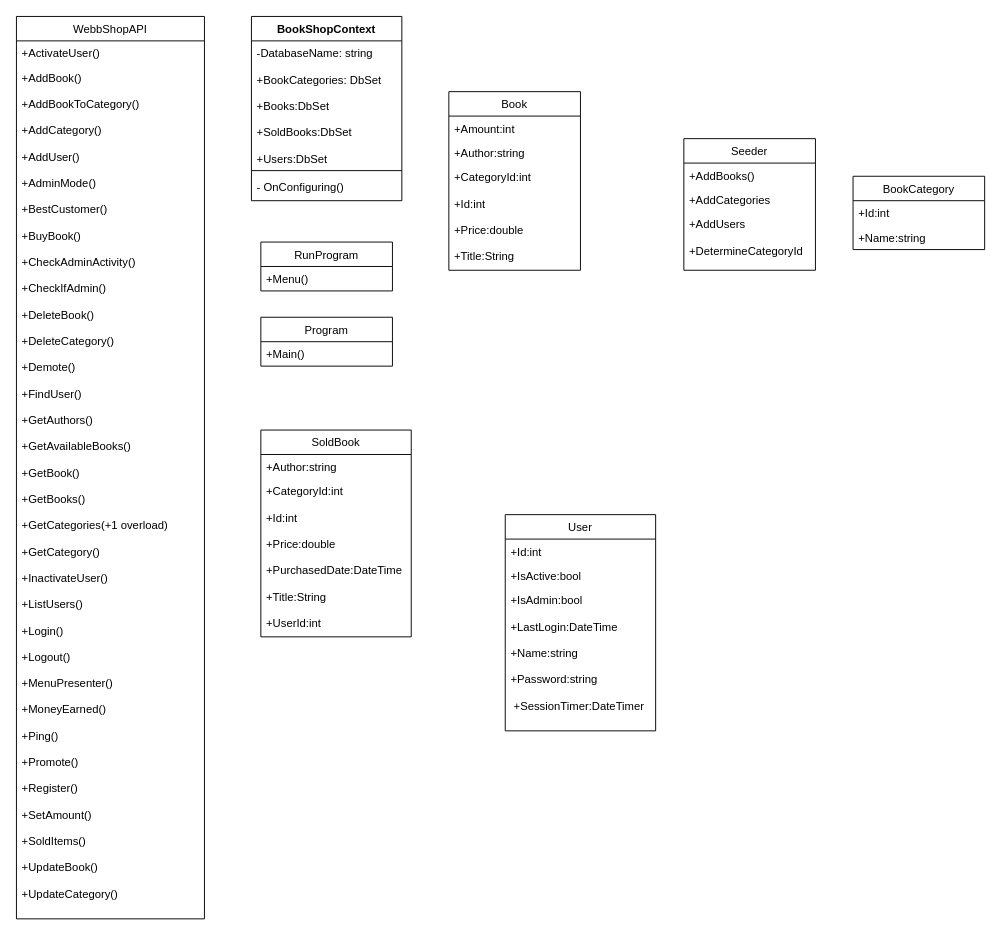
Earlier version of the draw.io diagram Untitled Diagram.drawio (ToveSeger/GitTest). Source tidied: cells renumbered, new cells numbered last; positions are measured from the earlier drawing's top-left corner, leaving out a move shared by most shapes. Both pictures are drawn from the tidied source at 94%, with x=0, y=0 at pixel (16, 16).
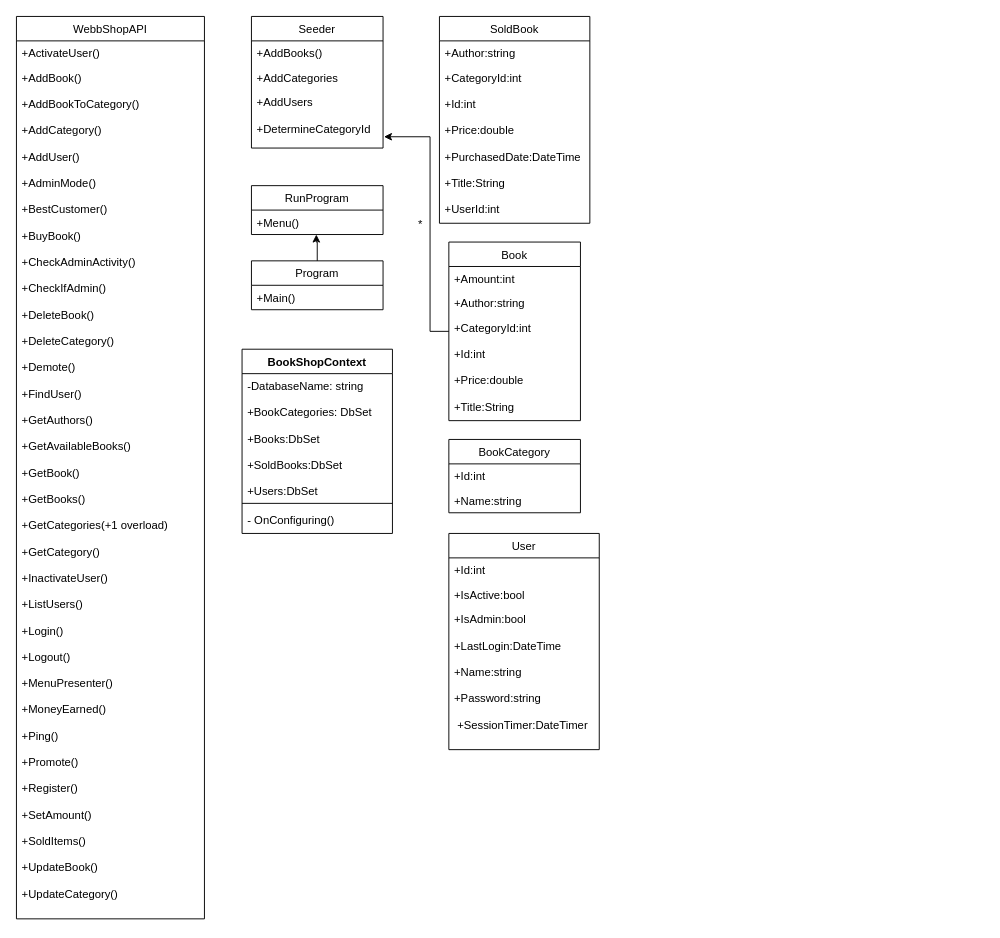
After the change.

The change refers to these unchanged cells:
```xml
<mxCell id="11" value="+Menu()" style="text;strokeColor=none;fillColor=none;align=left;verticalAlign=top;spacingLeft=4;spacingRight=4;overflow=hidden;points=[[0,0.5],[1,0.5]];portConstraint=eastwest;" parent="10" vertex="1">
  <mxGeometry y="26" width="140" height="26" as="geometry" />
</mxCell>
<mxCell id="28" value="+AddUsers&#10;&#10;+DetermineCategoryId" style="text;strokeColor=none;fillColor=none;align=left;verticalAlign=top;spacingLeft=4;spacingRight=4;overflow=hidden;points=[[0,0.5],[1,0.5]];portConstraint=eastwest;" parent="25" vertex="1">
  <mxGeometry y="78" width="140" height="62" as="geometry" />
</mxCell>
```

What changed in the source:
```diff
@@
     <mxCell id="6" value="BookShopContext" style="swimlane;fontStyle=1;align=center;verticalAlign=top;horizontal=1;startSize=26;" parent="1" vertex="1">
-      <mxGeometry x="250" width="160" height="196" as="geometry" />
+      <mxGeometry x="240" y="354" width="160" height="196" as="geometry" />
     </mxCell>
@@
     <mxCell id="10" value="RunProgram" style="swimlane;fontStyle=0;horizontal=1;startSize=26;fillColor=none;" parent="1" vertex="1">
-      <mxGeometry x="260" y="240" width="140" height="52" as="geometry" />
+      <mxGeometry x="250" y="180" width="140" height="52" as="geometry" />
     </mxCell>
@@
+    <mxCell id="32" style="edgeStyle=orthogonalEdgeStyle;rounded=0;jettySize=auto;html=1;entryX=0.493;entryY=1;entryDx=0;entryDy=0;entryPerimeter=0;" parent="1" edge="1" source="12" target="11">
+      <mxGeometry relative="1" as="geometry" />
+    </mxCell>
     <mxCell id="12" value="Program" style="swimlane;fontStyle=0;horizontal=1;startSize=26;fillColor=none;" parent="1" vertex="1">
-      <mxGeometry x="260" y="320" width="140" height="52" as="geometry" />
+      <mxGeometry x="250" y="260" width="140" height="52" as="geometry" />
     </mxCell>
@@
     <mxCell id="14" value="SoldBook" style="swimlane;fontStyle=0;horizontal=1;startSize=26;fillColor=none;" parent="1" vertex="1">
-      <mxGeometry x="260" y="440" width="160" height="220" as="geometry" />
+      <mxGeometry x="450" width="160" height="220" as="geometry" />
     </mxCell>
@@
+    <mxCell id="33" style="edgeStyle=orthogonalEdgeStyle;rounded=0;jettySize=auto;html=1;entryX=1.007;entryY=0.806;entryDx=0;entryDy=0;entryPerimeter=0;" parent="1" edge="1" source="17" target="28">
+      <mxGeometry relative="1" as="geometry">
+        <Array as="points">
+          <mxPoint x="440" y="335" />
+          <mxPoint x="440" y="128" />
+        </Array>
+      </mxGeometry>
+    </mxCell>
     <mxCell id="17" value="Book" style="swimlane;fontStyle=0;horizontal=1;startSize=26;fillColor=none;" parent="1" vertex="1">
-      <mxGeometry x="460" y="80" width="140" height="190" as="geometry" />
+      <mxGeometry x="460" y="240" width="140" height="190" as="geometry" />
     </mxCell>
@@
     <mxCell id="21" value="User" style="swimlane;fontStyle=0;horizontal=1;startSize=26;fillColor=none;" parent="1" vertex="1">
-      <mxGeometry x="520" y="530" width="160" height="230" as="geometry" />
+      <mxGeometry x="460" y="550" width="160" height="230" as="geometry" />
     </mxCell>
@@
     <mxCell id="25" value="Seeder" style="swimlane;fontStyle=0;horizontal=1;startSize=26;fillColor=none;" parent="1" vertex="1">
-      <mxGeometry x="710" y="130" width="140" height="140" as="geometry" />
+      <mxGeometry x="250" width="140" height="140" as="geometry" />
     </mxCell>
@@
     <mxCell id="29" value="BookCategory" style="swimlane;fontStyle=0;horizontal=1;startSize=26;fillColor=none;" parent="1" vertex="1">
-      <mxGeometry x="890" y="170" width="140" height="78" as="geometry" />
+      <mxGeometry x="460" y="450" width="140" height="78" as="geometry" />
     </mxCell>
@@
+    <mxCell id="34" value="*" style="text;html=1;strokeColor=none;fillColor=none;align=center;verticalAlign=middle;whiteSpace=wrap;rounded=0;strokeWidth=3;" parent="1" vertex="1">
+      <mxGeometry x="410" y="212" width="40" height="20" as="geometry" />
+    </mxCell>
```
